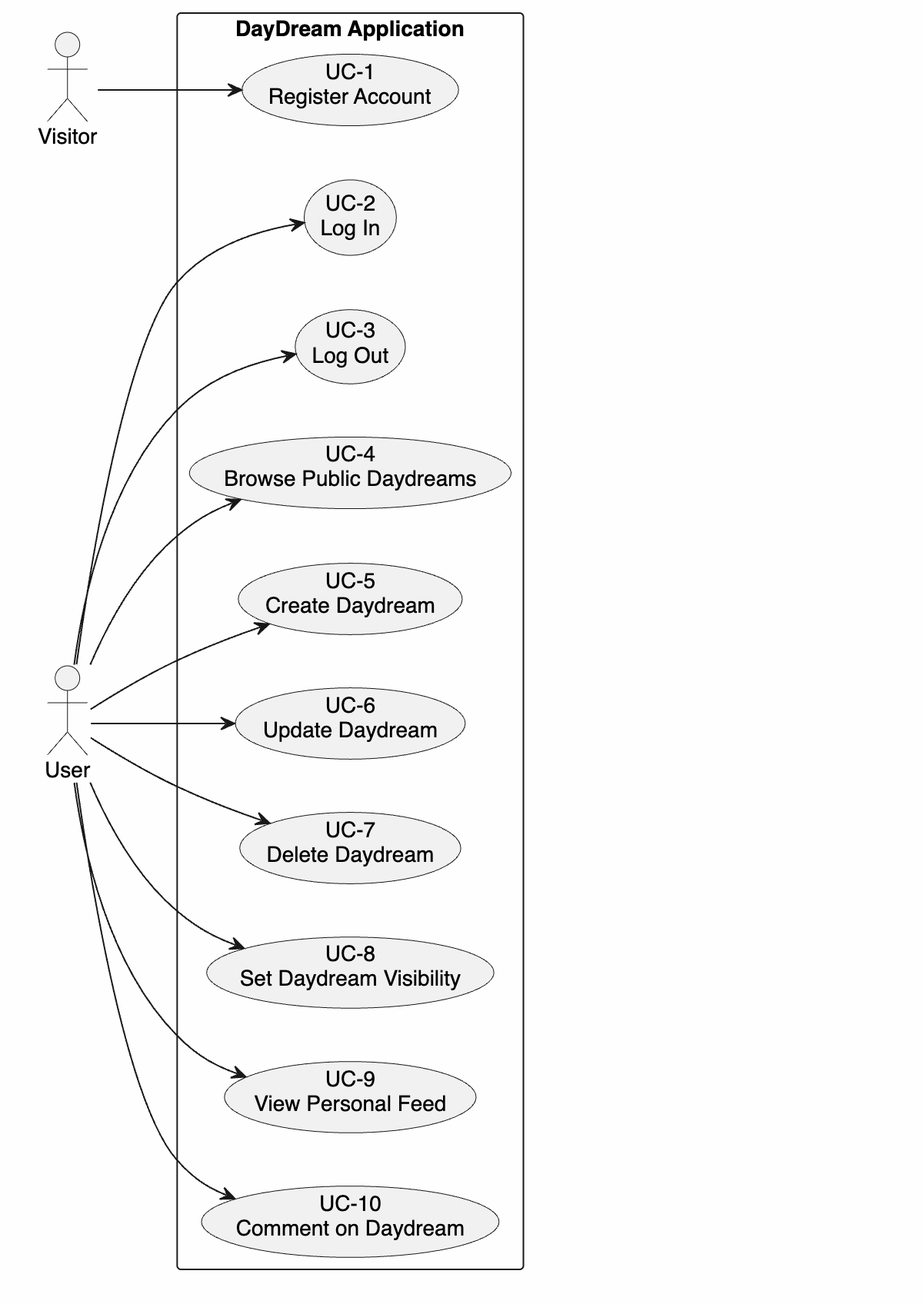
The PlantUML diagram images/use-case.png in NikolaMatovic/DayDream, before a commit. Its source is kept beside it as doc/use-case.plantuml.
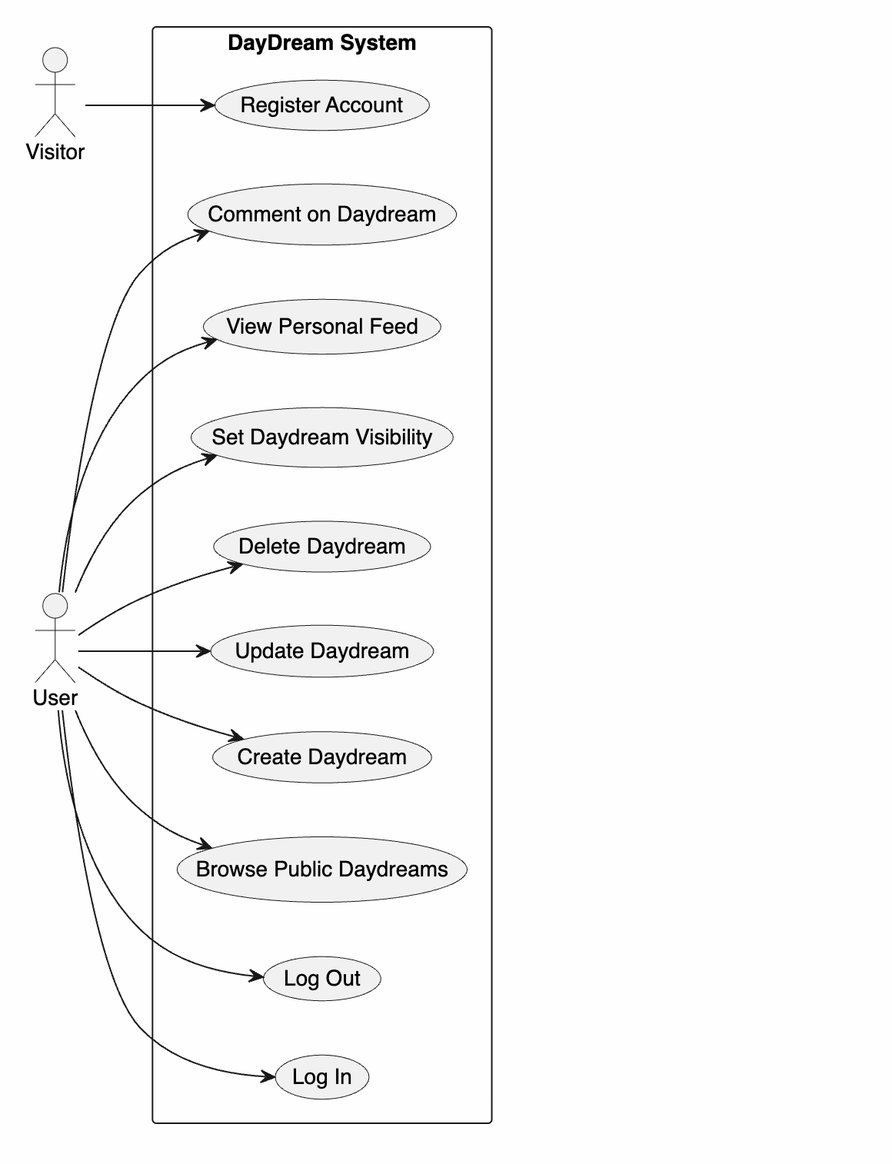
The same file after the commit.

Commit message:
readme and usecase pic updated

Diff of the diagram source:
```diff
@@ -4,20 +4,21 @@
 actor Visitor
 actor User
 
-rectangle "DayDream Application" {
-  usecase "UC-10\nComment on Daydream" as UC10
-  usecase "UC-9\nView Personal Feed" as UC9
-  usecase "UC-8\nSet Daydream Visibility" as UC8
-  usecase "UC-7\nDelete Daydream" as UC7
-  usecase "UC-6\nUpdate Daydream" as UC6
-  usecase "UC-5\nCreate Daydream" as UC5
-  usecase "UC-4\nBrowse Public Daydreams" as UC4
-  usecase "UC-3\nLog Out" as UC3
-  usecase "UC-2\nLog In" as UC2
-  usecase "UC-1\nRegister Account" as UC1
+rectangle "DayDream System" {
+  usecase "Register Account" as UC1
+  usecase "Log In" as UC2
+  usecase "Log Out" as UC3
+  usecase "Browse Public Daydreams" as UC4
+  usecase "Create Daydream" as UC5
+  usecase "Update Daydream" as UC6
+  usecase "Delete Daydream" as UC7
+  usecase "Set Daydream Visibility" as UC8
+  usecase "View Personal Feed" as UC9
+  usecase "Comment on Daydream" as UC10
 }
 
 Visitor --> UC1
+
 User --> UC2
 User --> UC3
 User --> UC4
```
